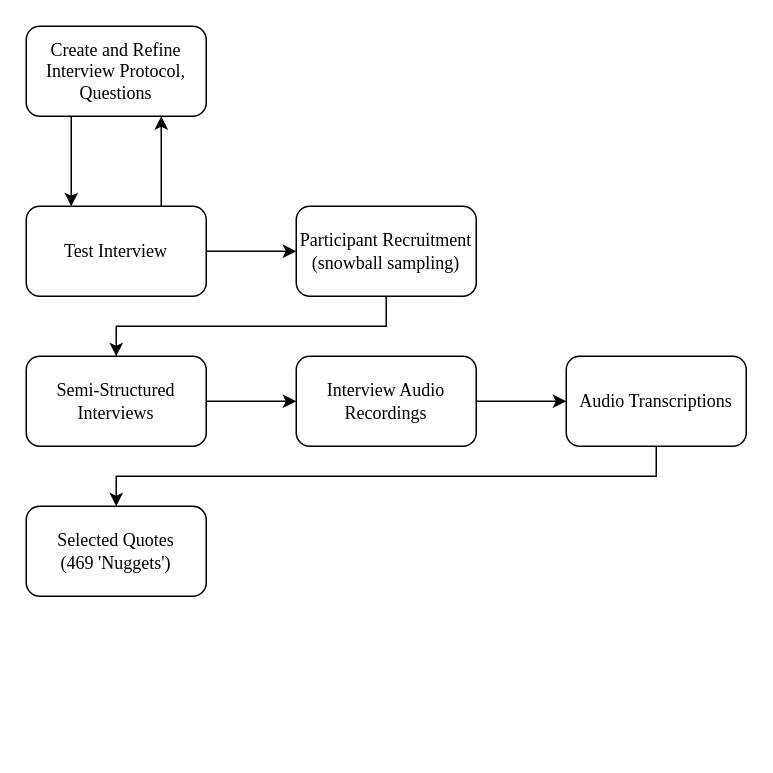
Before: HPA-Process-Diagram.drawio in mnowatzke/mindmaps, a draw.io diagram. Source tidied: cells renumbered, new cells numbered last; positions are measured from the earlier drawing's top-left corner, leaving out a move shared by most shapes. Both pictures are drawn from the tidied source at 150%, with x=0, y=0 at pixel (26, 26).
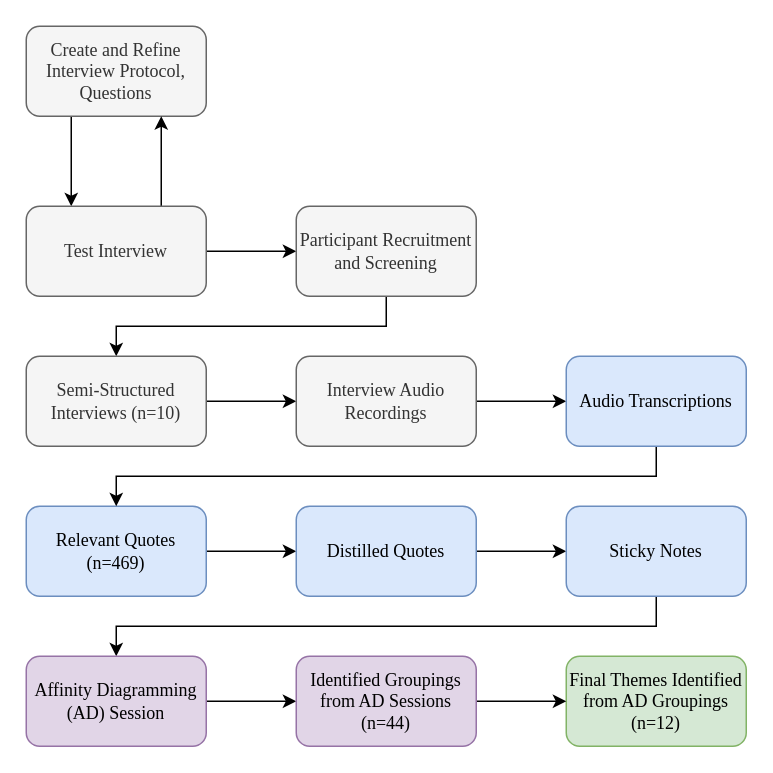
Above is the later version.

Diff of the diagram source:
```diff
@@
-    <mxCell id="3" value="&lt;font face=&quot;Garamond&quot;&gt;Create and Refine Interview Protocol, Questions&lt;br&gt;&lt;/font&gt;" style="rounded=1;whiteSpace=wrap;html=1;" parent="1" vertex="1">
+    <mxCell id="3" value="&lt;font face=&quot;Garamond&quot;&gt;Create and Refine Interview Protocol, Questions&lt;br&gt;&lt;/font&gt;" style="rounded=1;whiteSpace=wrap;html=1;fillColor=#f5f5f5;fontColor=#333333;strokeColor=#666666;" parent="1" vertex="1">
       <mxGeometry width="120" height="60" as="geometry" />
     </mxCell>
@@
-    <mxCell id="6" value="&lt;font face=&quot;Garamond&quot;&gt;Test Interview&lt;/font&gt;" style="rounded=1;whiteSpace=wrap;html=1;" parent="1" vertex="1">
+    <mxCell id="6" value="&lt;font face=&quot;Garamond&quot;&gt;Test Interview&lt;/font&gt;" style="rounded=1;whiteSpace=wrap;html=1;fillColor=#f5f5f5;fontColor=#333333;strokeColor=#666666;" parent="1" vertex="1">
       <mxGeometry y="120" width="120" height="60" as="geometry" />
     </mxCell>
@@
-    <mxCell id="8" value="Participant Recruitment (snowball sampling)" style="rounded=1;whiteSpace=wrap;html=1;fontFamily=Garamond;" parent="1" vertex="1">
+    <mxCell id="8" value="Participant Recruitment and Screening" style="rounded=1;whiteSpace=wrap;html=1;fontFamily=Garamond;fillColor=#f5f5f5;fontColor=#333333;strokeColor=#666666;" parent="1" vertex="1">
       <mxGeometry x="180" y="120" width="120" height="60" as="geometry" />
     </mxCell>
@@
-    <mxCell id="10" value="Semi-Structured Interviews" style="rounded=1;whiteSpace=wrap;html=1;fontFamily=Garamond;" parent="1" vertex="1">
+    <mxCell id="10" value="Semi-Structured Interviews (n=10)" style="rounded=1;whiteSpace=wrap;html=1;fontFamily=Garamond;fillColor=#f5f5f5;fontColor=#333333;strokeColor=#666666;" parent="1" vertex="1">
       <mxGeometry y="220" width="120" height="60" as="geometry" />
     </mxCell>
@@
-    <mxCell id="12" value="Interview Audio Recordings" style="rounded=1;whiteSpace=wrap;html=1;fontFamily=Garamond;" parent="1" vertex="1">
+    <mxCell id="12" value="Interview Audio Recordings" style="rounded=1;whiteSpace=wrap;html=1;fontFamily=Garamond;fillColor=#f5f5f5;fontColor=#333333;strokeColor=#666666;" parent="1" vertex="1">
       <mxGeometry x="180" y="220" width="120" height="60" as="geometry" />
     </mxCell>
+    <mxCell id="16" style="edgeStyle=orthogonalEdgeStyle;rounded=0;jettySize=auto;html=1;fontFamily=Garamond;" parent="1" edge="1" source="13" target="18">
+      <mxGeometry relative="1" as="geometry" />
+    </mxCell>
-    <mxCell id="13" value="Selected Quotes&lt;br&gt;(469 'Nuggets')" style="rounded=1;whiteSpace=wrap;html=1;fontFamily=Garamond;" parent="1" vertex="1">
+    <mxCell id="13" value="Relevant Quotes&lt;br&gt;(n=469)" style="rounded=1;whiteSpace=wrap;html=1;fontFamily=Garamond;fillColor=#dae8fc;strokeColor=#6c8ebf;" parent="1" vertex="1">
       <mxGeometry y="320" width="120" height="60" as="geometry" />
     </mxCell>
@@
-    <mxCell id="15" value="Audio Transcriptions" style="rounded=1;whiteSpace=wrap;html=1;fontFamily=Garamond;" parent="1" vertex="1">
+    <mxCell id="15" value="Audio Transcriptions" style="rounded=1;whiteSpace=wrap;html=1;fontFamily=Garamond;fillColor=#dae8fc;strokeColor=#6c8ebf;" parent="1" vertex="1">
       <mxGeometry x="360" y="220" width="120" height="60" as="geometry" />
     </mxCell>
+    <mxCell id="17" style="edgeStyle=orthogonalEdgeStyle;rounded=0;jettySize=auto;html=1;exitX=1;exitY=0.5;exitDx=0;exitDy=0;entryX=0;entryY=0.5;entryDx=0;entryDy=0;fontFamily=Garamond;" parent="1" edge="1" source="18" target="20">
+      <mxGeometry relative="1" as="geometry" />
+    </mxCell>
+    <mxCell id="18" value="Distilled Quotes" style="rounded=1;whiteSpace=wrap;html=1;fontFamily=Garamond;fillColor=#dae8fc;strokeColor=#6c8ebf;" parent="1" vertex="1">
+      <mxGeometry x="180" y="320" width="120" height="60" as="geometry" />
+    </mxCell>
+    <mxCell id="19" style="edgeStyle=orthogonalEdgeStyle;rounded=0;jettySize=auto;html=1;exitX=0.5;exitY=1;exitDx=0;exitDy=0;entryX=0.5;entryY=0;entryDx=0;entryDy=0;fontFamily=Garamond;" parent="1" edge="1" source="20" target="22">
+      <mxGeometry relative="1" as="geometry" />
+    </mxCell>
+    <mxCell id="20" value="Sticky Notes" style="rounded=1;whiteSpace=wrap;html=1;fontFamily=Garamond;fillColor=#dae8fc;strokeColor=#6c8ebf;" parent="1" vertex="1">
+      <mxGeometry x="360" y="320" width="120" height="60" as="geometry" />
+    </mxCell>
+    <mxCell id="21" style="edgeStyle=orthogonalEdgeStyle;rounded=0;jettySize=auto;html=1;exitX=1;exitY=0.5;exitDx=0;exitDy=0;entryX=0;entryY=0.5;entryDx=0;entryDy=0;fontFamily=Garamond;" parent="1" edge="1" source="22" target="25">
+      <mxGeometry relative="1" as="geometry" />
+    </mxCell>
+    <mxCell id="22" value="Affinity Diagramming (AD) Session" style="rounded=1;whiteSpace=wrap;html=1;fontFamily=Garamond;fillColor=#e1d5e7;strokeColor=#9673a6;" parent="1" vertex="1">
+      <mxGeometry y="420" width="120" height="60" as="geometry" />
+    </mxCell>
+    <mxCell id="23" value="Final Themes Identified from AD Groupings&lt;br&gt;(n=12)" style="rounded=1;whiteSpace=wrap;html=1;fontFamily=Garamond;fillColor=#d5e8d4;strokeColor=#82b366;" parent="1" vertex="1">
+      <mxGeometry x="360" y="420" width="120" height="60" as="geometry" />
+    </mxCell>
+    <mxCell id="24" style="edgeStyle=orthogonalEdgeStyle;rounded=0;jettySize=auto;html=1;exitX=1;exitY=0.5;exitDx=0;exitDy=0;entryX=0;entryY=0.5;entryDx=0;entryDy=0;fontFamily=Garamond;" parent="1" edge="1" source="25" target="23">
+      <mxGeometry relative="1" as="geometry" />
+    </mxCell>
+    <mxCell id="25" value="Identified Groupings from AD Sessions&lt;br&gt;(n=44)" style="rounded=1;whiteSpace=wrap;html=1;fontFamily=Garamond;fillColor=#e1d5e7;strokeColor=#9673a6;" parent="1" vertex="1">
+      <mxGeometry x="180" y="420" width="120" height="60" as="geometry" />
+    </mxCell>
```
